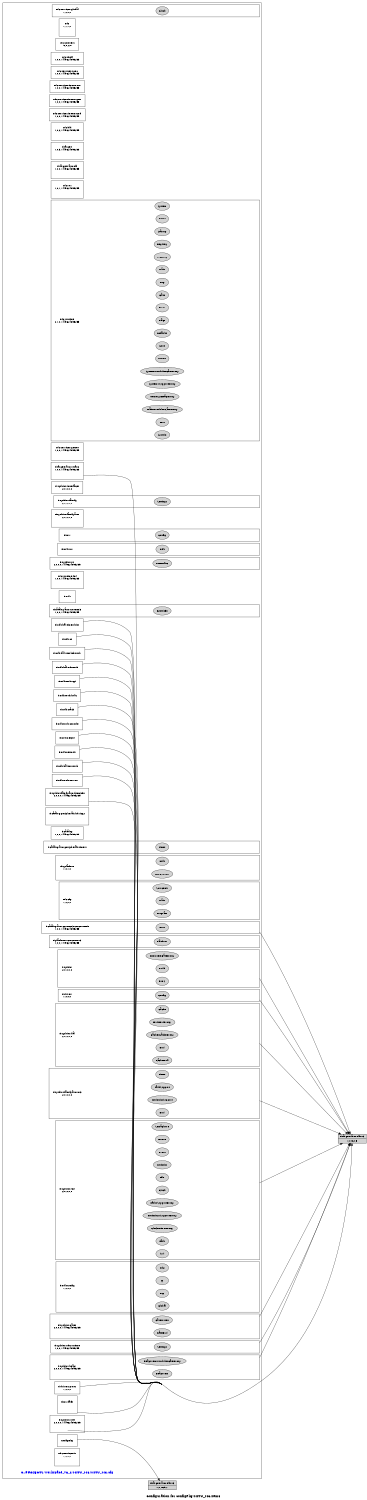
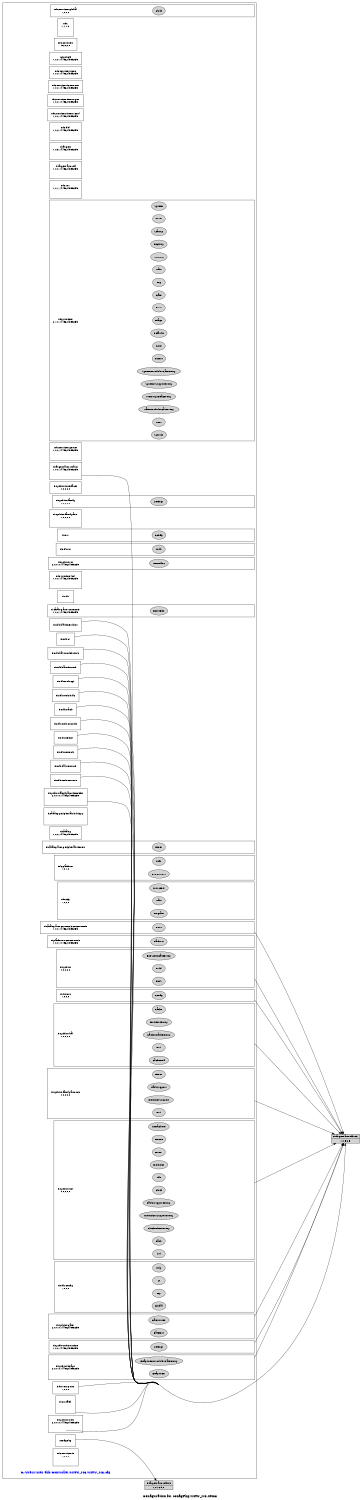
digraph configuration {
    size="7.5,10";
    rankdir=LR;
    ranksep=".50 equally";
    concentrate=true;
    compound=true;
    label="\nConfiguration for configPkg/MITU_M3.xem3"
-   node [font=Helvetica, fontsize=14, fontcolor=black];  subgraph cluster0 {label=""; __cfg [label="C:/PROJECTS/workspace_v6_2/MITU_M3/MITU_M3.cfg", color=white, fontcolor=blue];
+   node [font=Helvetica, fontsize=14, fontcolor=black];  subgraph cluster0 {label=""; __cfg [label="C:/Users/user/ekb/Controller/MITU_M3/MITU_M3.cfg", color=white, fontcolor=blue];
    node [font=Helvetica, fontsize=10];    subgraph cluster1 {
        label="";
        xdc_services_global__top [shape=box,label="xdc.services.global\n1,0,0,0", color=white];
        xdc_services_global__bot [shape=point,label="", style=invis];
        xdc_services_global_Clock [style=filled,fillcolor=lightgray, label="Clock"];
        xdc_services_global__top -> xdc_services_global_Clock[style=invis];
        xdc_services_global_Clock -> xdc_services_global__bot[style=invis];
    }
    subgraph cluster2 {
        label="";
        xdc__top [shape=box,label="xdc\n1,1,1,0", color=white];
        xdc__bot [shape=point,label="", style=invis];
    }
    subgraph cluster3 {
        label="";
        xdc_corevers__top [shape=box,label="xdc.corevers\n16,0,2,0", color=white];
    }
    subgraph cluster4 {
        label="";
        xdc_shelf__top [shape=box,label="xdc.shelf\n1,0,0,1449624895255", color=white];
    }
    subgraph cluster5 {
        label="";
        xdc_services_spec__top [shape=box,label="xdc.services.spec\n1,0,0,1449624895255", color=white];
    }
    subgraph cluster6 {
        label="";
        xdc_services_intern_xsr__top [shape=box,label="xdc.services.intern.xsr\n1,0,0,1449624895255", color=white];
    }
    subgraph cluster7 {
        label="";
        xdc_services_intern_gen__top [shape=box,label="xdc.services.intern.gen\n1,0,0,1449624895255", color=white];
    }
    subgraph cluster8 {
        label="";
        xdc_services_intern_cmd__top [shape=box,label="xdc.services.intern.cmd\n1,0,0,1449624895255", color=white];
    }
    subgraph cluster9 {
        label="";
        xdc_bld__top [shape=box,label="xdc.bld\n1,0,2,1449624895255", color=white];
        xdc_bld__bot [shape=point,label="", style=invis];
    }
    subgraph cluster10 {
        label="";
        ti_targets__top [shape=box,label="ti.targets\n1,0,3,1449624895255", color=white];
        ti_targets__bot [shape=point,label="", style=invis];
    }
    subgraph cluster11 {
        label="";
        ti_targets_arm_elf__top [shape=box,label="ti.targets.arm.elf\n1,0,0,1449624895255", color=white];
        ti_targets_arm_elf__bot [shape=point,label="", style=invis];
    }
    subgraph cluster12 {
        label="";
        xdc_rov__top [shape=box,label="xdc.rov\n1,0,1,1449624895255", color=white];
        xdc_rov__bot [shape=point,label="", style=invis];
    }
    subgraph cluster13 {
        label="";
        xdc_runtime__top [shape=box,label="xdc.runtime\n2,1,0,1449624895255", color=white];
        xdc_runtime__bot [shape=point,label="", style=invis];
        xdc_runtime_Assert [style=filled,fillcolor=lightgray, label="Assert"];
        xdc_runtime__top -> xdc_runtime_Assert[style=invis];
        xdc_runtime_Assert -> xdc_runtime__bot[style=invis];
        xdc_runtime_Core [style=filled,fillcolor=lightgray, label="Core"];
        xdc_runtime__top -> xdc_runtime_Core[style=invis];
        xdc_runtime_Core -> xdc_runtime__bot[style=invis];
        xdc_runtime_Defaults [style=filled,fillcolor=lightgray, label="Defaults"];
        xdc_runtime__top -> xdc_runtime_Defaults[style=invis];
        xdc_runtime_Defaults -> xdc_runtime__bot[style=invis];
        xdc_runtime_Diags [style=filled,fillcolor=lightgray, label="Diags"];
        xdc_runtime__top -> xdc_runtime_Diags[style=invis];
        xdc_runtime_Diags -> xdc_runtime__bot[style=invis];
        xdc_runtime_Error [style=filled,fillcolor=lightgray, label="Error"];
        xdc_runtime__top -> xdc_runtime_Error[style=invis];
        xdc_runtime_Error -> xdc_runtime__bot[style=invis];
        xdc_runtime_Gate [style=filled,fillcolor=lightgray, label="Gate"];
        xdc_runtime__top -> xdc_runtime_Gate[style=invis];
        xdc_runtime_Gate -> xdc_runtime__bot[style=invis];
        xdc_runtime_Log [style=filled,fillcolor=lightgray, label="Log"];
        xdc_runtime__top -> xdc_runtime_Log[style=invis];
        xdc_runtime_Log -> xdc_runtime__bot[style=invis];
        xdc_runtime_Main [style=filled,fillcolor=lightgray, label="Main"];
        xdc_runtime__top -> xdc_runtime_Main[style=invis];
        xdc_runtime_Main -> xdc_runtime__bot[style=invis];
        xdc_runtime_Memory [style=filled,fillcolor=lightgray, label="Memory"];
        xdc_runtime__top -> xdc_runtime_Memory[style=invis];
        xdc_runtime_Memory -> xdc_runtime__bot[style=invis];
        xdc_runtime_Registry [style=filled,fillcolor=lightgray, label="Registry"];
        xdc_runtime__top -> xdc_runtime_Registry[style=invis];
        xdc_runtime_Registry -> xdc_runtime__bot[style=invis];
        xdc_runtime_Startup [style=filled,fillcolor=lightgray, label="Startup"];
        xdc_runtime__top -> xdc_runtime_Startup[style=invis];
        xdc_runtime_Startup -> xdc_runtime__bot[style=invis];
        xdc_runtime_Reset [style=filled,fillcolor=lightgray, label="Reset"];
        xdc_runtime__top -> xdc_runtime_Reset[style=invis];
        xdc_runtime_Reset -> xdc_runtime__bot[style=invis];
        xdc_runtime_System [style=filled,fillcolor=lightgray, label="System"];
        xdc_runtime__top -> xdc_runtime_System[style=invis];
        xdc_runtime_System -> xdc_runtime__bot[style=invis];
        xdc_runtime_SysMin [style=filled,fillcolor=lightgray, label="SysMin"];
        xdc_runtime__top -> xdc_runtime_SysMin[style=invis];
        xdc_runtime_SysMin -> xdc_runtime__bot[style=invis];
        xdc_runtime_Text [style=filled,fillcolor=lightgray, label="Text"];
        xdc_runtime__top -> xdc_runtime_Text[style=invis];
        xdc_runtime_Text -> xdc_runtime__bot[style=invis];
        xdc_runtime_Main_Module_GateProxy [style=filled,fillcolor=lightgray, label="Main_Module_GateProxy"];
        xdc_runtime__top -> xdc_runtime_Main_Module_GateProxy[style=invis];
        xdc_runtime_Main_Module_GateProxy -> xdc_runtime__bot[style=invis];
        xdc_runtime_Memory_HeapProxy [style=filled,fillcolor=lightgray, label="Memory_HeapProxy"];
        xdc_runtime__top -> xdc_runtime_Memory_HeapProxy[style=invis];
        xdc_runtime_Memory_HeapProxy -> xdc_runtime__bot[style=invis];
        xdc_runtime_System_SupportProxy [style=filled,fillcolor=lightgray, label="System_SupportProxy"];
        xdc_runtime__top -> xdc_runtime_System_SupportProxy[style=invis];
        xdc_runtime_System_SupportProxy -> xdc_runtime__bot[style=invis];
        xdc_runtime_System_Module_GateProxy [style=filled,fillcolor=lightgray, label="System_Module_GateProxy"];
        xdc_runtime__top -> xdc_runtime_System_Module_GateProxy[style=invis];
        xdc_runtime_System_Module_GateProxy -> xdc_runtime__bot[style=invis];
    }
    subgraph cluster14 {
        label="";
        xdc_services_getset__top [shape=box,label="xdc.services.getset\n1,0,0,1449624895255", color=white];
        xdc_services_getset__bot [shape=point,label="", style=invis];
    }
    subgraph cluster15 {
        label="";
        ti_targets_arm_rtsarm__top [shape=box,label="ti.targets.arm.rtsarm\n1,0,0,1449624895255", color=white];
        ti_targets_arm_rtsarm__bot [shape=point,label="", style=invis];
    }
    subgraph cluster16 {
        label="";
        ti_sysbios_interfaces__top [shape=box,label="ti.sysbios.interfaces\n2,0,0,0,0", color=white];
    }
    subgraph cluster17 {
        label="";
        ti_sysbios_family__top [shape=box,label="ti.sysbios.family\n2,0,0,0,0", color=white];
        ti_sysbios_family__bot [shape=point,label="", style=invis];
        ti_sysbios_family_Settings [style=filled,fillcolor=lightgray, label="Settings"];
        ti_sysbios_family__top -> ti_sysbios_family_Settings[style=invis];
        ti_sysbios_family_Settings -> ti_sysbios_family__bot[style=invis];
    }
    subgraph cluster18 {
        label="";
        ti_sysbios_family_arm__top [shape=box,label="ti.sysbios.family.arm\n2,0,0,0,0", color=white];
        ti_sysbios_family_arm__bot [shape=point,label="", style=invis];
    }
    subgraph cluster19 {
        label="";
        ti_mw__top [shape=box,label="ti.mw\n", color=white];
        ti_mw__bot [shape=point,label="", style=invis];
        ti_mw_Config [style=filled,fillcolor=lightgray, label="Config"];
        ti_mw__top -> ti_mw_Config[style=invis];
        ti_mw_Config -> ti_mw__bot[style=invis];
    }
    subgraph cluster20 {
        label="";
        ti_ndk_rov__top [shape=box,label="ti.ndk.rov\n", color=white];
        ti_ndk_rov__bot [shape=point,label="", style=invis];
        ti_ndk_rov_Ndk [style=filled,fillcolor=lightgray, label="Ndk"];
        ti_ndk_rov__top -> ti_ndk_rov_Ndk[style=invis];
        ti_ndk_rov_Ndk -> ti_ndk_rov__bot[style=invis];
    }
    subgraph cluster21 {
        label="";
        ti_sysbios_rts__top [shape=box,label="ti.sysbios.rts\n2,0,0,0,1449624895255", color=white];
        ti_sysbios_rts__bot [shape=point,label="", style=invis];
        ti_sysbios_rts_MemAlloc [style=filled,fillcolor=lightgray, label="MemAlloc"];
        ti_sysbios_rts__top -> ti_sysbios_rts_MemAlloc[style=invis];
        ti_sysbios_rts_MemAlloc -> ti_sysbios_rts__bot[style=invis];
    }
    subgraph cluster22 {
        label="";
        xdc_runtime_knl__top [shape=box,label="xdc.runtime.knl\n1,0,0,1449624895255", color=white];
        xdc_runtime_knl__bot [shape=point,label="", style=invis];
    }
    subgraph cluster23 {
        label="";
        ti_ndk__top [shape=box,label="ti.ndk\n", color=white];
    }
    subgraph cluster24 {
        label="";
        ti_ndk_hal_timer_bios__top [shape=box,label="ti.ndk.hal.timer_bios\n", color=white];
    }
    subgraph cluster25 {
        label="";
        ti_ndk_os__top [shape=box,label="ti.ndk.os\n", color=white];
    }
    subgraph cluster26 {
        label="";
        ti_ndk_hal_userled_stub__top [shape=box,label="ti.ndk.hal.userled_stub\n", color=white];
    }
    subgraph cluster27 {
        label="";
        ti_ndk_hal_eth_stub__top [shape=box,label="ti.ndk.hal.eth_stub\n", color=white];
    }
    subgraph cluster28 {
        label="";
        ti_ndk_tools_cgi__top [shape=box,label="ti.ndk.tools.cgi\n", color=white];
    }
    subgraph cluster29 {
        label="";
        ti_ndk_tools_hdlc__top [shape=box,label="ti.ndk.tools.hdlc\n", color=white];
    }
    subgraph cluster30 {
        label="";
        ti_ndk_stack__top [shape=box,label="ti.ndk.stack\n", color=white];
    }
    subgraph cluster31 {
        label="";
        ti_ndk_tools_console__top [shape=box,label="ti.ndk.tools.console\n", color=white];
    }
    subgraph cluster32 {
        label="";
        ti_ndk_netctrl__top [shape=box,label="ti.ndk.netctrl\n", color=white];
    }
    subgraph cluster33 {
        label="";
        ti_ndk_nettools__top [shape=box,label="ti.ndk.nettools\n", color=white];
    }
    subgraph cluster34 {
        label="";
        ti_ndk_hal_ser_stub__top [shape=box,label="ti.ndk.hal.ser_stub\n", color=white];
    }
    subgraph cluster35 {
        label="";
        ti_ndk_tools_servers__top [shape=box,label="ti.ndk.tools.servers\n", color=white];
    }
    subgraph cluster36 {
        label="";
        ti_sysbios_family_arm_f28m35x__top [shape=box,label="ti.sysbios.family.arm.f28m35x\n2,0,0,0,1449624895255", color=white];
        ti_sysbios_family_arm_f28m35x__bot [shape=point,label="", style=invis];
    }
    subgraph cluster37 {
        label="";
        ti_catalog_arm_cortexm3__top [shape=box,label="ti.catalog.arm.cortexm3\n1,0,0,1449624895255", color=white];
        ti_catalog_arm_cortexm3__bot [shape=point,label="", style=invis];
        ti_catalog_arm_cortexm3_F28M35x [style=filled,fillcolor=lightgray, label="F28M35x"];
        ti_catalog_arm_cortexm3__top -> ti_catalog_arm_cortexm3_F28M35x[style=invis];
        ti_catalog_arm_cortexm3_F28M35x -> ti_catalog_arm_cortexm3__bot[style=invis];
    }
    subgraph cluster38 {
        label="";
        ti_catalog_peripherals_hdvicp2__top [shape=box,label="ti.catalog.peripherals.hdvicp2\n", color=white];
        ti_catalog_peripherals_hdvicp2__bot [shape=point,label="", style=invis];
    }
    subgraph cluster39 {
        label="";
        ti_catalog__top [shape=box,label="ti.catalog\n1,0,0,1449624895255", color=white];
    }
    subgraph cluster40 {
        label="";
        ti_catalog_arm_peripherals_timers__top [shape=box,label="ti.catalog.arm.peripherals.timers\n", color=white];
        ti_catalog_arm_peripherals_timers__bot [shape=point,label="", style=invis];
        ti_catalog_arm_peripherals_timers_Timer [style=filled,fillcolor=lightgray, label="Timer"];
        ti_catalog_arm_peripherals_timers__top -> ti_catalog_arm_peripherals_timers_Timer[style=invis];
        ti_catalog_arm_peripherals_timers_Timer -> ti_catalog_arm_peripherals_timers__bot[style=invis];
    }
    subgraph cluster41 {
        label="";
        xdc_platform__top [shape=box,label="xdc.platform\n1,0,1,0", color=white];
        xdc_platform__bot [shape=point,label="", style=invis];
        xdc_platform_ExeContext [style=filled,fillcolor=lightgray, label="ExeContext"];
        xdc_platform__top -> xdc_platform_ExeContext[style=invis];
        xdc_platform_ExeContext -> xdc_platform__bot[style=invis];
        xdc_platform_Utils [style=filled,fillcolor=lightgray, label="Utils"];
        xdc_platform__top -> xdc_platform_Utils[style=invis];
        xdc_platform_Utils -> xdc_platform__bot[style=invis];
    }
    subgraph cluster42 {
        label="";
        xdc_cfg__top [shape=box,label="xdc.cfg\n1,0,2,0", color=white];
        xdc_cfg__bot [shape=point,label="", style=invis];
        xdc_cfg_Program [style=filled,fillcolor=lightgray, label="Program"];
        xdc_cfg__top -> xdc_cfg_Program[style=invis];
        xdc_cfg_Program -> xdc_cfg__bot[style=invis];
        xdc_cfg_Main [style=filled,fillcolor=lightgray, label="Main"];
        xdc_cfg__top -> xdc_cfg_Main[style=invis];
        xdc_cfg_Main -> xdc_cfg__bot[style=invis];
        xdc_cfg_SourceDir [style=filled,fillcolor=lightgray, label="SourceDir"];
        xdc_cfg__top -> xdc_cfg_SourceDir[style=invis];
        xdc_cfg_SourceDir -> xdc_cfg__bot[style=invis];
    }
    subgraph cluster43 {
        label="";
        ti_catalog_arm_cortexm3_concertoInit__top [shape=box,label="ti.catalog.arm.cortexm3.concertoInit\n1,0,0,1449624895255", color=white];
        ti_catalog_arm_cortexm3_concertoInit__bot [shape=point,label="", style=invis];
        ti_catalog_arm_cortexm3_concertoInit_Boot [style=filled,fillcolor=lightgray, label="Boot"];
        ti_catalog_arm_cortexm3_concertoInit__top -> ti_catalog_arm_cortexm3_concertoInit_Boot[style=invis];
        ti_catalog_arm_cortexm3_concertoInit_Boot -> ti_catalog_arm_cortexm3_concertoInit__bot[style=invis];
    }
    subgraph cluster44 {
        label="";
        ti_platforms_concertoM3__top [shape=box,label="ti.platforms.concertoM3\n1,0,0,1449624895255", color=white];
        ti_platforms_concertoM3__bot [shape=point,label="", style=invis];
        ti_platforms_concertoM3_Platform [style=filled,fillcolor=lightgray, label="Platform"];
        ti_platforms_concertoM3__top -> ti_platforms_concertoM3_Platform[style=invis];
        ti_platforms_concertoM3_Platform -> ti_platforms_concertoM3__bot[style=invis];
    }
    subgraph cluster45 {
        label="";
        ti_sysbios__top [shape=box,label="ti.sysbios\n2,0,0,0,0", color=white];
        ti_sysbios__bot [shape=point,label="", style=invis];
        ti_sysbios_BIOS [style=filled,fillcolor=lightgray, label="BIOS"];
        ti_sysbios__top -> ti_sysbios_BIOS[style=invis];
        ti_sysbios_BIOS -> ti_sysbios__bot[style=invis];
        ti_sysbios_Build [style=filled,fillcolor=lightgray, label="Build"];
        ti_sysbios__top -> ti_sysbios_Build[style=invis];
        ti_sysbios_Build -> ti_sysbios__bot[style=invis];
        ti_sysbios_BIOS_RtsGateProxy [style=filled,fillcolor=lightgray, label="BIOS_RtsGateProxy"];
        ti_sysbios__top -> ti_sysbios_BIOS_RtsGateProxy[style=invis];
        ti_sysbios_BIOS_RtsGateProxy -> ti_sysbios__bot[style=invis];
    }
    subgraph cluster46 {
        label="";
        ti_drivers_ports__top [shape=box,label="ti.drivers.ports\n1,0,0,0", color=white];
    }
    subgraph cluster47 {
        label="";
        ti_mw_fatfs__top [shape=box,label="ti.mw.fatfs\n", color=white];
        ti_mw_fatfs__bot [shape=point,label="", style=invis];
    }
    subgraph cluster48 {
        label="";
        ti_drivers__top [shape=box,label="ti.drivers\n1,0,0,0", color=white];
        ti_drivers__bot [shape=point,label="", style=invis];
        ti_drivers_Config [style=filled,fillcolor=lightgray, label="Config"];
        ti_drivers__top -> ti_drivers_Config[style=invis];
        ti_drivers_Config -> ti_drivers__bot[style=invis];
    }
    subgraph cluster49 {
        label="";
        ti_sysbios_hal__top [shape=box,label="ti.sysbios.hal\n2,0,0,0,0", color=white];
        ti_sysbios_hal__bot [shape=point,label="", style=invis];
        ti_sysbios_hal_Cache [style=filled,fillcolor=lightgray, label="Cache"];
        ti_sysbios_hal__top -> ti_sysbios_hal_Cache[style=invis];
        ti_sysbios_hal_Cache -> ti_sysbios_hal__bot[style=invis];
        ti_sysbios_hal_CacheNull [style=filled,fillcolor=lightgray, label="CacheNull"];
        ti_sysbios_hal__top -> ti_sysbios_hal_CacheNull[style=invis];
        ti_sysbios_hal_CacheNull -> ti_sysbios_hal__bot[style=invis];
        ti_sysbios_hal_Hwi [style=filled,fillcolor=lightgray, label="Hwi"];
        ti_sysbios_hal__top -> ti_sysbios_hal_Hwi[style=invis];
        ti_sysbios_hal_Hwi -> ti_sysbios_hal__bot[style=invis];
        ti_sysbios_hal_Cache_CacheProxy [style=filled,fillcolor=lightgray, label="Cache_CacheProxy"];
        ti_sysbios_hal__top -> ti_sysbios_hal_Cache_CacheProxy[style=invis];
        ti_sysbios_hal_Cache_CacheProxy -> ti_sysbios_hal__bot[style=invis];
        ti_sysbios_hal_Hwi_HwiProxy [style=filled,fillcolor=lightgray, label="Hwi_HwiProxy"];
        ti_sysbios_hal__top -> ti_sysbios_hal_Hwi_HwiProxy[style=invis];
        ti_sysbios_hal_Hwi_HwiProxy -> ti_sysbios_hal__bot[style=invis];
    }
    subgraph cluster50 {
        label="";
        ti_sysbios_family_arm_m3__top [shape=box,label="ti.sysbios.family.arm.m3\n2,0,0,0,0", color=white];
        ti_sysbios_family_arm_m3__bot [shape=point,label="", style=invis];
        ti_sysbios_family_arm_m3_Hwi [style=filled,fillcolor=lightgray, label="Hwi"];
        ti_sysbios_family_arm_m3__top -> ti_sysbios_family_arm_m3_Hwi[style=invis];
        ti_sysbios_family_arm_m3_Hwi -> ti_sysbios_family_arm_m3__bot[style=invis];
        ti_sysbios_family_arm_m3_IntrinsicsSupport [style=filled,fillcolor=lightgray, label="IntrinsicsSupport"];
        ti_sysbios_family_arm_m3__top -> ti_sysbios_family_arm_m3_IntrinsicsSupport[style=invis];
        ti_sysbios_family_arm_m3_IntrinsicsSupport -> ti_sysbios_family_arm_m3__bot[style=invis];
        ti_sysbios_family_arm_m3_TaskSupport [style=filled,fillcolor=lightgray, label="TaskSupport"];
        ti_sysbios_family_arm_m3__top -> ti_sysbios_family_arm_m3_TaskSupport[style=invis];
        ti_sysbios_family_arm_m3_TaskSupport -> ti_sysbios_family_arm_m3__bot[style=invis];
        ti_sysbios_family_arm_m3_Timer [style=filled,fillcolor=lightgray, label="Timer"];
        ti_sysbios_family_arm_m3__top -> ti_sysbios_family_arm_m3_Timer[style=invis];
        ti_sysbios_family_arm_m3_Timer -> ti_sysbios_family_arm_m3__bot[style=invis];
    }
    subgraph cluster51 {
        label="";
        ti_sysbios_knl__top [shape=box,label="ti.sysbios.knl\n2,0,0,0,0", color=white];
        ti_sysbios_knl__bot [shape=point,label="", style=invis];
        ti_sysbios_knl_Clock [style=filled,fillcolor=lightgray, label="Clock"];
        ti_sysbios_knl__top -> ti_sysbios_knl_Clock[style=invis];
        ti_sysbios_knl_Clock -> ti_sysbios_knl__bot[style=invis];
        ti_sysbios_knl_Idle [style=filled,fillcolor=lightgray, label="Idle"];
        ti_sysbios_knl__top -> ti_sysbios_knl_Idle[style=invis];
        ti_sysbios_knl_Idle -> ti_sysbios_knl__bot[style=invis];
        ti_sysbios_knl_Intrinsics [style=filled,fillcolor=lightgray, label="Intrinsics"];
        ti_sysbios_knl__top -> ti_sysbios_knl_Intrinsics[style=invis];
        ti_sysbios_knl_Intrinsics -> ti_sysbios_knl__bot[style=invis];
        ti_sysbios_knl_Event [style=filled,fillcolor=lightgray, label="Event"];
        ti_sysbios_knl__top -> ti_sysbios_knl_Event[style=invis];
        ti_sysbios_knl_Event -> ti_sysbios_knl__bot[style=invis];
        ti_sysbios_knl_Queue [style=filled,fillcolor=lightgray, label="Queue"];
        ti_sysbios_knl__top -> ti_sysbios_knl_Queue[style=invis];
        ti_sysbios_knl_Queue -> ti_sysbios_knl__bot[style=invis];
        ti_sysbios_knl_Semaphore [style=filled,fillcolor=lightgray, label="Semaphore"];
        ti_sysbios_knl__top -> ti_sysbios_knl_Semaphore[style=invis];
        ti_sysbios_knl_Semaphore -> ti_sysbios_knl__bot[style=invis];
        ti_sysbios_knl_Swi [style=filled,fillcolor=lightgray, label="Swi"];
        ti_sysbios_knl__top -> ti_sysbios_knl_Swi[style=invis];
        ti_sysbios_knl_Swi -> ti_sysbios_knl__bot[style=invis];
        ti_sysbios_knl_Task [style=filled,fillcolor=lightgray, label="Task"];
        ti_sysbios_knl__top -> ti_sysbios_knl_Task[style=invis];
        ti_sysbios_knl_Task -> ti_sysbios_knl__bot[style=invis];
        ti_sysbios_knl_Clock_TimerProxy [style=filled,fillcolor=lightgray, label="Clock_TimerProxy"];
        ti_sysbios_knl__top -> ti_sysbios_knl_Clock_TimerProxy[style=invis];
        ti_sysbios_knl_Clock_TimerProxy -> ti_sysbios_knl__bot[style=invis];
        ti_sysbios_knl_Intrinsics_SupportProxy [style=filled,fillcolor=lightgray, label="Intrinsics_SupportProxy"];
        ti_sysbios_knl__top -> ti_sysbios_knl_Intrinsics_SupportProxy[style=invis];
        ti_sysbios_knl_Intrinsics_SupportProxy -> ti_sysbios_knl__bot[style=invis];
        ti_sysbios_knl_Task_SupportProxy [style=filled,fillcolor=lightgray, label="Task_SupportProxy"];
        ti_sysbios_knl__top -> ti_sysbios_knl_Task_SupportProxy[style=invis];
        ti_sysbios_knl_Task_SupportProxy -> ti_sysbios_knl__bot[style=invis];
    }
    subgraph cluster52 {
        label="";
        ti_ndk_config__top [shape=box,label="ti.ndk.config\n1,0,0,0", color=white];
        ti_ndk_config__bot [shape=point,label="", style=invis];
        ti_ndk_config_Global [style=filled,fillcolor=lightgray, label="Global"];
        ti_ndk_config__top -> ti_ndk_config_Global[style=invis];
        ti_ndk_config_Global -> ti_ndk_config__bot[style=invis];
        ti_ndk_config_Tcp [style=filled,fillcolor=lightgray, label="Tcp"];
        ti_ndk_config__top -> ti_ndk_config_Tcp[style=invis];
        ti_ndk_config_Tcp -> ti_ndk_config__bot[style=invis];
        ti_ndk_config_Ip [style=filled,fillcolor=lightgray, label="Ip"];
        ti_ndk_config__top -> ti_ndk_config_Ip[style=invis];
        ti_ndk_config_Ip -> ti_ndk_config__bot[style=invis];
        ti_ndk_config_Udp [style=filled,fillcolor=lightgray, label="Udp"];
        ti_ndk_config__top -> ti_ndk_config_Udp[style=invis];
        ti_ndk_config_Udp -> ti_ndk_config__bot[style=invis];
    }
    subgraph cluster53 {
        label="";
        ti_sysbios_gates__top [shape=box,label="ti.sysbios.gates\n2,0,0,0,1449624895255", color=white];
        ti_sysbios_gates__bot [shape=point,label="", style=invis];
        ti_sysbios_gates_GateHwi [style=filled,fillcolor=lightgray, label="GateHwi"];
        ti_sysbios_gates__top -> ti_sysbios_gates_GateHwi[style=invis];
        ti_sysbios_gates_GateHwi -> ti_sysbios_gates__bot[style=invis];
        ti_sysbios_gates_GateMutex [style=filled,fillcolor=lightgray, label="GateMutex"];
        ti_sysbios_gates__top -> ti_sysbios_gates_GateMutex[style=invis];
        ti_sysbios_gates_GateMutex -> ti_sysbios_gates__bot[style=invis];
    }
    subgraph cluster54 {
        label="";
        ti_sysbios_xdcruntime__top [shape=box,label="ti.sysbios.xdcruntime\n1,0,0,1449624895255", color=white];
        ti_sysbios_xdcruntime__bot [shape=point,label="", style=invis];
        ti_sysbios_xdcruntime_Settings [style=filled,fillcolor=lightgray, label="Settings"];
        ti_sysbios_xdcruntime__top -> ti_sysbios_xdcruntime_Settings[style=invis];
        ti_sysbios_xdcruntime_Settings -> ti_sysbios_xdcruntime__bot[style=invis];
    }
    subgraph cluster55 {
        label="";
        ti_sysbios_heaps__top [shape=box,label="ti.sysbios.heaps\n2,0,0,0,1449624895255", color=white];
        ti_sysbios_heaps__bot [shape=point,label="", style=invis];
        ti_sysbios_heaps_HeapMem [style=filled,fillcolor=lightgray, label="HeapMem"];
        ti_sysbios_heaps__top -> ti_sysbios_heaps_HeapMem[style=invis];
        ti_sysbios_heaps_HeapMem -> ti_sysbios_heaps__bot[style=invis];
        ti_sysbios_heaps_HeapMem_Module_GateProxy [style=filled,fillcolor=lightgray, label="HeapMem_Module_GateProxy"];
        ti_sysbios_heaps__top -> ti_sysbios_heaps_HeapMem_Module_GateProxy[style=invis];
        ti_sysbios_heaps_HeapMem_Module_GateProxy -> ti_sysbios_heaps__bot[style=invis];
    }
    subgraph cluster56 {
        label="";
        ti_sysbios_utils__top [shape=box,label="ti.sysbios.utils\n2,0,0,0,1449624895255", color=white];
        ti_sysbios_utils__bot [shape=point,label="", style=invis];
    }
    subgraph cluster57 {
        label="";
        configPkg__top [shape=box,label="configPkg\n", color=white];
    }
    subgraph cluster58 {
        label="";
        xdc_services_io__top [shape=box,label="xdc.services.io\n1,0,0,0", color=white];
        xdc_services_io__bot [shape=point,label="", style=invis];
    }
  }
  node [font=Helvetica, fontsize=10];
    ti_targets_arm_elf_M3__1_0_5__2_5 [shape=record,label="ti.targets.arm.elf.M3|1,0,5.2,5",style=filled, fillcolor=lightgrey];
    ti_targets_arm_rtsarm__bot -> ti_targets_arm_elf_M3__1_0_5__2_5 [ltail=cluster15];
    ti_targets_arm_elf_M3__1_0_5__2_5 [shape=record,label="ti.targets.arm.elf.M3|1,0,5.2,5",style=filled, fillcolor=lightgrey];
    ti_ndk_hal_timer_bios__top -> ti_targets_arm_elf_M3__1_0_5__2_5 [ltail=cluster24];
    ti_targets_arm_elf_M3__1_0_5__2_5 [shape=record,label="ti.targets.arm.elf.M3|1,0,5.2,5",style=filled, fillcolor=lightgrey];
    ti_ndk_os__top -> ti_targets_arm_elf_M3__1_0_5__2_5 [ltail=cluster25];
    ti_targets_arm_elf_M3__1_0_5__2_5 [shape=record,label="ti.targets.arm.elf.M3|1,0,5.2,5",style=filled, fillcolor=lightgrey];
    ti_ndk_hal_userled_stub__top -> ti_targets_arm_elf_M3__1_0_5__2_5 [ltail=cluster26];
    ti_targets_arm_elf_M3__1_0_5__2_5 [shape=record,label="ti.targets.arm.elf.M3|1,0,5.2,5",style=filled, fillcolor=lightgrey];
    ti_ndk_hal_eth_stub__top -> ti_targets_arm_elf_M3__1_0_5__2_5 [ltail=cluster27];
    ti_targets_arm_elf_M3__1_0_5__2_5 [shape=record,label="ti.targets.arm.elf.M3|1,0,5.2,5",style=filled, fillcolor=lightgrey];
    ti_ndk_tools_cgi__top -> ti_targets_arm_elf_M3__1_0_5__2_5 [ltail=cluster28];
    ti_targets_arm_elf_M3__1_0_5__2_5 [shape=record,label="ti.targets.arm.elf.M3|1,0,5.2,5",style=filled, fillcolor=lightgrey];
    ti_ndk_tools_hdlc__top -> ti_targets_arm_elf_M3__1_0_5__2_5 [ltail=cluster29];
    ti_targets_arm_elf_M3__1_0_5__2_5 [shape=record,label="ti.targets.arm.elf.M3|1,0,5.2,5",style=filled, fillcolor=lightgrey];
    ti_ndk_stack__top -> ti_targets_arm_elf_M3__1_0_5__2_5 [ltail=cluster30];
    ti_targets_arm_elf_M3__1_0_5__2_5 [shape=record,label="ti.targets.arm.elf.M3|1,0,5.2,5",style=filled, fillcolor=lightgrey];
    ti_ndk_tools_console__top -> ti_targets_arm_elf_M3__1_0_5__2_5 [ltail=cluster31];
    ti_targets_arm_elf_M3__1_0_5__2_5 [shape=record,label="ti.targets.arm.elf.M3|1,0,5.2,5",style=filled, fillcolor=lightgrey];
    ti_ndk_netctrl__top -> ti_targets_arm_elf_M3__1_0_5__2_5 [ltail=cluster32];
    ti_targets_arm_elf_M3__1_0_5__2_5 [shape=record,label="ti.targets.arm.elf.M3|1,0,5.2,5",style=filled, fillcolor=lightgrey];
    ti_ndk_nettools__top -> ti_targets_arm_elf_M3__1_0_5__2_5 [ltail=cluster33];
    ti_targets_arm_elf_M3__1_0_5__2_5 [shape=record,label="ti.targets.arm.elf.M3|1,0,5.2,5",style=filled, fillcolor=lightgrey];
    ti_ndk_hal_ser_stub__top -> ti_targets_arm_elf_M3__1_0_5__2_5 [ltail=cluster34];
    ti_targets_arm_elf_M3__1_0_5__2_5 [shape=record,label="ti.targets.arm.elf.M3|1,0,5.2,5",style=filled, fillcolor=lightgrey];
    ti_ndk_tools_servers__top -> ti_targets_arm_elf_M3__1_0_5__2_5 [ltail=cluster35];
    ti_targets_arm_elf_M3__1_0_5__2_5 [shape=record,label="ti.targets.arm.elf.M3|1,0,5.2,5",style=filled, fillcolor=lightgrey];
    ti_sysbios_family_arm_f28m35x__bot -> ti_targets_arm_elf_M3__1_0_5__2_5 [ltail=cluster36];
    ti_targets_arm_elf_M3__1_0_5__2_5 [shape=record,label="ti.targets.arm.elf.M3|1,0,5.2,5",style=filled, fillcolor=lightgrey];
    ti_catalog_arm_cortexm3_concertoInit__bot -> ti_targets_arm_elf_M3__1_0_5__2_5 [ltail=cluster43];
    ti_targets_arm_elf_M3__1_0_5__2_5 [shape=record,label="ti.targets.arm.elf.M3|1,0,5.2,5",style=filled, fillcolor=lightgrey];
    ti_sysbios__bot -> ti_targets_arm_elf_M3__1_0_5__2_5 [ltail=cluster45];
    ti_targets_arm_elf_M3__1_0_5__2_5 [shape=record,label="ti.targets.arm.elf.M3|1,0,5.2,5",style=filled, fillcolor=lightgrey];
    ti_drivers_ports__top -> ti_targets_arm_elf_M3__1_0_5__2_5 [ltail=cluster46];
    ti_targets_arm_elf_M3__1_0_5__2_5 [shape=record,label="ti.targets.arm.elf.M3|1,0,5.2,5",style=filled, fillcolor=lightgrey];
    ti_mw_fatfs__bot -> ti_targets_arm_elf_M3__1_0_5__2_5 [ltail=cluster47];
    ti_targets_arm_elf_M3__1_0_5__2_5 [shape=record,label="ti.targets.arm.elf.M3|1,0,5.2,5",style=filled, fillcolor=lightgrey];
    ti_drivers__bot -> ti_targets_arm_elf_M3__1_0_5__2_5 [ltail=cluster48];
    ti_targets_arm_elf_M3__1_0_5__2_5 [shape=record,label="ti.targets.arm.elf.M3|1,0,5.2,5",style=filled, fillcolor=lightgrey];
    ti_sysbios_hal__bot -> ti_targets_arm_elf_M3__1_0_5__2_5 [ltail=cluster49];
    ti_targets_arm_elf_M3__1_0_5__2_5 [shape=record,label="ti.targets.arm.elf.M3|1,0,5.2,5",style=filled, fillcolor=lightgrey];
    ti_sysbios_family_arm_m3__bot -> ti_targets_arm_elf_M3__1_0_5__2_5 [ltail=cluster50];
    ti_targets_arm_elf_M3__1_0_5__2_5 [shape=record,label="ti.targets.arm.elf.M3|1,0,5.2,5",style=filled, fillcolor=lightgrey];
    ti_sysbios_knl__bot -> ti_targets_arm_elf_M3__1_0_5__2_5 [ltail=cluster51];
    ti_targets_arm_elf_M3__1_0_5__2_5 [shape=record,label="ti.targets.arm.elf.M3|1,0,5.2,5",style=filled, fillcolor=lightgrey];
    ti_sysbios_gates__bot -> ti_targets_arm_elf_M3__1_0_5__2_5 [ltail=cluster53];
    ti_targets_arm_elf_M3__1_0_5__2_5 [shape=record,label="ti.targets.arm.elf.M3|1,0,5.2,5",style=filled, fillcolor=lightgrey];
    ti_sysbios_xdcruntime__bot -> ti_targets_arm_elf_M3__1_0_5__2_5 [ltail=cluster54];
    ti_targets_arm_elf_M3__1_0_5__2_5 [shape=record,label="ti.targets.arm.elf.M3|1,0,5.2,5",style=filled, fillcolor=lightgrey];
    ti_sysbios_heaps__bot -> ti_targets_arm_elf_M3__1_0_5__2_5 [ltail=cluster55];
    ti_targets_arm_elf_M3__1_0_5__2_5 [shape=record,label="ti.targets.arm.elf.M3|1,0,5.2,5",style=filled, fillcolor=lightgrey];
    ti_sysbios_utils__bot -> ti_targets_arm_elf_M3__1_0_5__2_5 [ltail=cluster56];
-     ti_targets_arm_elf_M3__1_0_16__9_7 [shape=record,label="ti.targets.arm.elf.M3|1,0,16.9,7",style=filled, fillcolor=lightgrey];
-     configPkg__top -> ti_targets_arm_elf_M3__1_0_16__9_7 [ltail=cluster57];
+     ti_targets_arm_elf_M3__1_0_16__9_0 [shape=record,label="ti.targets.arm.elf.M3|1,0,16.9,0",style=filled, fillcolor=lightgrey];
+     configPkg__top -> ti_targets_arm_elf_M3__1_0_16__9_0 [ltail=cluster57];
}
